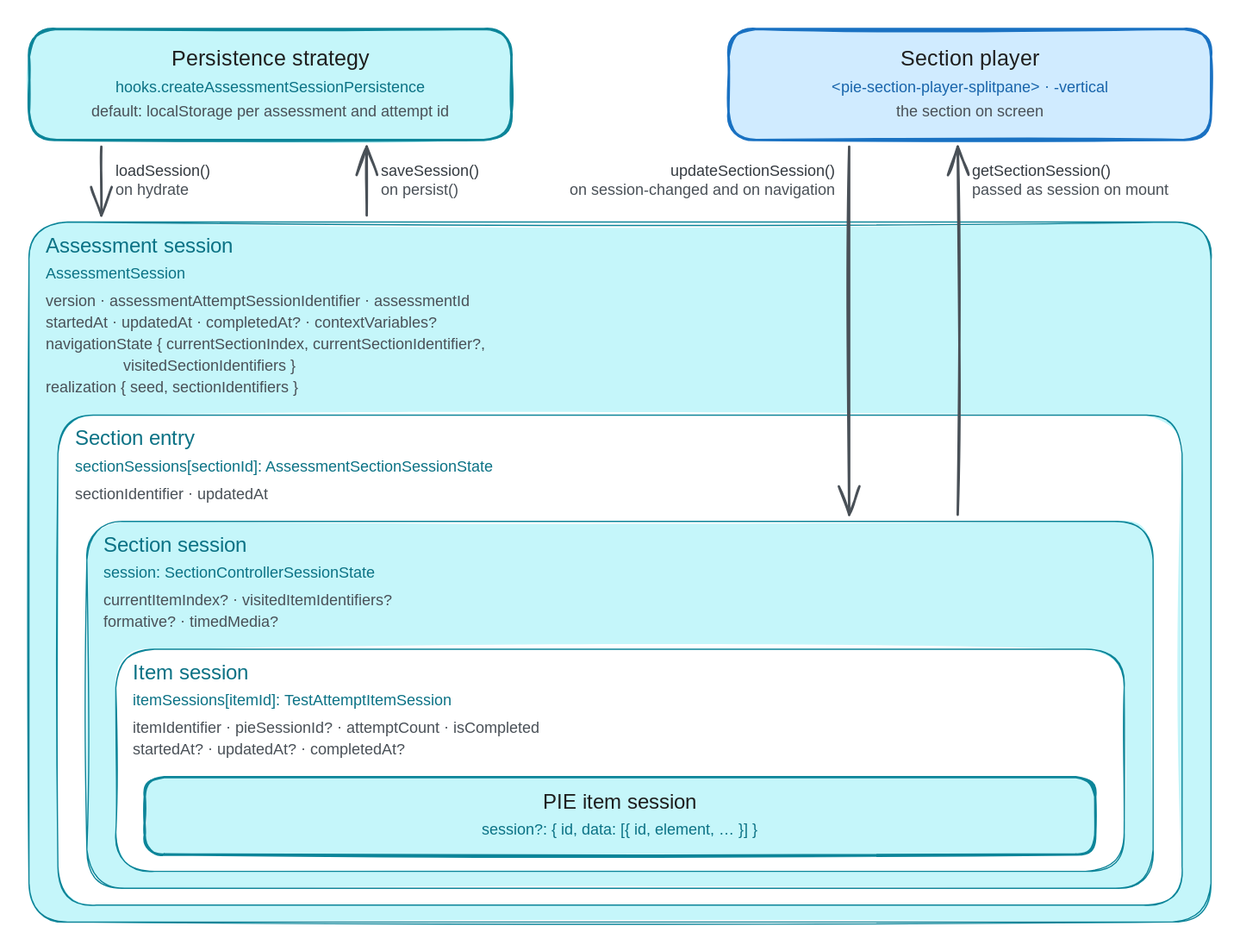
Before: docs/img/assessment-session.excalidraw.svg, a diagram exported from Excalidraw (pie-framework/pie-players). Source tidied: one line per element, renumbered; positions are measured from the earlier drawing's top-left corner, leaving out a move shared by most shapes. The source it was exported from:
```json
{"id": 0, "type": "rectangle", "strokeColor": "#0c8599", "backgroundColor": "#c5f6fa", "fillStyle": "solid", "strokeWidth": 1, "roughness": 1, "round": true, "x": 0, "y": 160, "width": 980, "height": 580}
{"id": 1, "type": "text", "text": "Assessment session", "strokeColor": "#0b7285", "strokeWidth": 2, "roughness": 1, "fontSize": 17, "fontFamily": 5, "x": 14, "y": 170, "width": 163, "height": 21}
{"id": 2, "type": "text", "text": "AssessmentSession", "strokeColor": "#0b7285", "strokeWidth": 2, "roughness": 1, "fontSize": 13, "fontFamily": 8, "x": 14, "y": 195, "width": 122, "height": 16}
{"id": 3, "type": "text", "text": "version · assessmentAttemptSessionIdentifier · assessmentId", "strokeColor": "#495057", "strokeWidth": 2, "roughness": 1, "fontSize": 13, "fontFamily": 8, "x": 14, "y": 218, "width": 414, "height": 16}
{"id": 4, "type": "text", "text": "startedAt · updatedAt · completedAt? · contextVariables?", "strokeColor": "#495057", "strokeWidth": 2, "roughness": 1, "fontSize": 13, "fontFamily": 8, "x": 14, "y": 236, "width": 389, "height": 16}
{"id": 5, "type": "text", "text": "navigationState { currentSectionIndex, currentSectionIdentifier?,", "strokeColor": "#495057", "strokeWidth": 2, "roughness": 1, "fontSize": 13, "fontFamily": 8, "x": 14, "y": 254, "width": 465, "height": 16}
{"id": 6, "type": "text", "text": "                  visitedSectionIdentifiers }", "strokeColor": "#495057", "strokeWidth": 2, "roughness": 1, "fontSize": 13, "fontFamily": 8, "x": 14, "y": 272, "width": 322, "height": 16}
{"id": 7, "type": "text", "text": "realization { seed, sectionIdentifiers }", "strokeColor": "#495057", "strokeWidth": 2, "roughness": 1, "fontSize": 13, "fontFamily": 8, "x": 14, "y": 290, "width": 286, "height": 16}
{"id": 8, "type": "rectangle", "strokeColor": "#0c8599", "backgroundColor": "#ffffff", "fillStyle": "solid", "strokeWidth": 1, "roughness": 1, "round": true, "x": 24, "y": 320, "width": 932, "height": 406}
{"id": 9, "type": "text", "text": "Section entry", "strokeColor": "#0b7285", "strokeWidth": 2, "roughness": 1, "fontSize": 17, "fontFamily": 5, "x": 38, "y": 330, "width": 111, "height": 21}
{"id": 10, "type": "text", "text": "sectionSessions[sectionId]: AssessmentSectionSessionState", "strokeColor": "#0b7285", "strokeWidth": 2, "roughness": 1, "fontSize": 13, "fontFamily": 8, "x": 38, "y": 355, "width": 408, "height": 16}
{"id": 11, "type": "text", "text": "sectionIdentifier · updatedAt", "strokeColor": "#495057", "strokeWidth": 2, "roughness": 1, "fontSize": 13, "fontFamily": 8, "x": 38, "y": 378, "width": 203, "height": 16}
{"id": 12, "type": "rectangle", "strokeColor": "#0c8599", "backgroundColor": "#c5f6fa", "fillStyle": "solid", "strokeWidth": 1, "roughness": 1, "round": true, "x": 48, "y": 408, "width": 884, "height": 304}
{"id": 13, "type": "text", "text": "Section session", "strokeColor": "#0b7285", "strokeWidth": 2, "roughness": 1, "fontSize": 17, "fontFamily": 5, "x": 62, "y": 418, "width": 128, "height": 21}
{"id": 14, "type": "text", "text": "session: SectionControllerSessionState", "strokeColor": "#0b7285", "strokeWidth": 2, "roughness": 1, "fontSize": 13, "fontFamily": 8, "x": 62, "y": 443, "width": 272, "height": 16}
{"id": 15, "type": "text", "text": "currentItemIndex? · visitedItemIdentifiers?", "strokeColor": "#495057", "strokeWidth": 2, "roughness": 1, "fontSize": 13, "fontFamily": 8, "x": 62, "y": 466, "width": 304, "height": 16}
{"id": 16, "type": "text", "text": "formative? · timedMedia?", "strokeColor": "#495057", "strokeWidth": 2, "roughness": 1, "fontSize": 13, "fontFamily": 8, "x": 62, "y": 484, "width": 168, "height": 16}
{"id": 17, "type": "rectangle", "strokeColor": "#0c8599", "backgroundColor": "#ffffff", "fillStyle": "solid", "strokeWidth": 1, "roughness": 1, "round": true, "x": 72, "y": 514, "width": 836, "height": 184}
{"id": 18, "type": "text", "text": "Item session", "strokeColor": "#0b7285", "strokeWidth": 2, "roughness": 1, "fontSize": 17, "fontFamily": 5, "x": 86, "y": 524, "width": 106, "height": 21}
{"id": 19, "type": "text", "text": "itemSessions[itemId]: TestAttemptItemSession", "strokeColor": "#0b7285", "strokeWidth": 2, "roughness": 1, "fontSize": 13, "fontFamily": 8, "x": 86, "y": 549, "width": 315, "height": 16}
{"id": 20, "type": "text", "text": "itemIdentifier · pieSessionId? · attemptCount · isCompleted", "strokeColor": "#495057", "strokeWidth": 2, "roughness": 1, "fontSize": 13, "fontFamily": 8, "x": 86, "y": 572, "width": 410, "height": 16}
{"id": 21, "type": "text", "text": "startedAt? · updatedAt? · completedAt?", "strokeColor": "#495057", "strokeWidth": 2, "roughness": 1, "fontSize": 13, "fontFamily": 8, "x": 86, "y": 590, "width": 264, "height": 16}
{"id": 22, "type": "rectangle", "strokeColor": "#0c8599", "backgroundColor": "#c5f6fa", "fillStyle": "solid", "strokeWidth": 2, "roughness": 1, "round": true, "x": 0, "y": 0, "width": 400, "height": 92}
{"id": 23, "type": "text", "text": "Persistence strategy", "strokeColor": "#1e1e1e", "strokeWidth": 2, "roughness": 1, "fontSize": 18, "fontFamily": 5, "textAlign": "center", "x": 108, "y": 14, "width": 184, "height": 22}
{"id": 24, "type": "text", "text": "hooks.createAssessmentSessionPersistence", "strokeColor": "#0b7285", "strokeWidth": 2, "roughness": 1, "fontSize": 13, "fontFamily": 8, "textAlign": "center", "x": 57, "y": 41, "width": 286, "height": 16}
{"id": 25, "type": "text", "text": "default: localStorage per assessment and attempt id", "strokeColor": "#495057", "strokeWidth": 2, "roughness": 1, "fontSize": 13, "fontFamily": 5, "textAlign": "center", "x": 33, "y": 61, "width": 334, "height": 16}
{"id": 26, "type": "rectangle", "strokeColor": "#1971c2", "backgroundColor": "#d0ebff", "fillStyle": "solid", "strokeWidth": 2, "roughness": 1, "round": true, "x": 580, "y": 0, "width": 400, "height": 92}
{"id": 27, "type": "text", "text": "Section player", "strokeColor": "#1e1e1e", "strokeWidth": 2, "roughness": 1, "fontSize": 18, "fontFamily": 5, "textAlign": "center", "x": 719, "y": 14, "width": 122, "height": 22}
{"id": 28, "type": "text", "text": "<pie-section-player-splitpane> · -vertical", "strokeColor": "#1864ab", "strokeWidth": 2, "roughness": 1, "fontSize": 13, "fontFamily": 8, "textAlign": "center", "x": 632, "y": 41, "width": 296, "height": 16}
{"id": 29, "type": "text", "text": "the section on screen", "strokeColor": "#495057", "strokeWidth": 2, "roughness": 1, "fontSize": 13, "fontFamily": 5, "textAlign": "center", "x": 712, "y": 61, "width": 137, "height": 16}
{"id": 30, "type": "rectangle", "strokeColor": "#0c8599", "backgroundColor": "#c5f6fa", "fillStyle": "solid", "strokeWidth": 2, "roughness": 1, "round": true, "x": 96, "y": 620, "width": 788, "height": 64}
{"id": 31, "type": "text", "text": "PIE item session", "strokeColor": "#1e1e1e", "strokeWidth": 2, "roughness": 1, "fontSize": 17, "fontFamily": 5, "textAlign": "center", "x": 420, "y": 631, "width": 141, "height": 21}
{"id": 32, "type": "text", "text": "session?: { id, data: [{ id, element, … }] }", "strokeColor": "#0b7285", "strokeWidth": 2, "roughness": 1, "fontSize": 13, "fontFamily": 8, "textAlign": "center", "x": 333, "y": 656, "width": 315, "height": 16}
{"id": 33, "type": "arrow", "strokeColor": "#495057", "strokeWidth": 2, "roughness": 1, "endArrowhead": "arrow", "from": 22, "to": 0, "x": 60, "y": 98, "width": 0, "height": 57, "points": [[0, 0], [0, 57]]}
{"id": 34, "type": "text", "text": "loadSession()", "strokeColor": "#343a40", "strokeWidth": 2, "roughness": 1, "fontSize": 13, "fontFamily": 8, "x": 72, "y": 110, "width": 93, "height": 16}
{"id": 35, "type": "text", "text": "on hydrate", "strokeColor": "#495057", "strokeWidth": 2, "roughness": 1, "fontSize": 13, "fontFamily": 5, "x": 72, "y": 126, "width": 68, "height": 16}
{"id": 36, "type": "arrow", "strokeColor": "#495057", "strokeWidth": 2, "roughness": 1, "endArrowhead": "arrow", "from": 0, "to": 22, "x": 280, "y": 154, "width": 0, "height": 57, "points": [[0, 0], [0, -57]]}
{"id": 37, "type": "text", "text": "saveSession()", "strokeColor": "#343a40", "strokeWidth": 2, "roughness": 1, "fontSize": 13, "fontFamily": 8, "x": 292, "y": 110, "width": 93, "height": 16}
{"id": 38, "type": "text", "text": "on persist()", "strokeColor": "#495057", "strokeWidth": 2, "roughness": 1, "fontSize": 13, "fontFamily": 5, "x": 292, "y": 126, "width": 75, "height": 16}
{"id": 39, "type": "arrow", "strokeColor": "#495057", "strokeWidth": 2, "roughness": 1, "endArrowhead": "arrow", "from": 26, "to": 12, "x": 680, "y": 98, "width": 0, "height": 305, "points": [[0, 0], [0, 305]]}
{"id": 40, "type": "text", "text": "updateSectionSession()", "strokeColor": "#343a40", "strokeWidth": 2, "roughness": 1, "fontSize": 13, "fontFamily": 8, "textAlign": "right", "x": 511, "y": 110, "width": 157, "height": 16}
{"id": 41, "type": "text", "text": "on session-changed and on navigation", "strokeColor": "#495057", "strokeWidth": 2, "roughness": 1, "fontSize": 13, "fontFamily": 5, "textAlign": "right", "x": 430, "y": 126, "width": 238, "height": 16}
{"id": 42, "type": "arrow", "strokeColor": "#495057", "strokeWidth": 2, "roughness": 1, "endArrowhead": "arrow", "from": 12, "to": 26, "x": 770, "y": 402, "width": 0, "height": 305, "points": [[0, 0], [0, -305]]}
{"id": 43, "type": "text", "text": "getSectionSession()", "strokeColor": "#343a40", "strokeWidth": 2, "roughness": 1, "fontSize": 13, "fontFamily": 8, "x": 782, "y": 110, "width": 136, "height": 16}
{"id": 44, "type": "text", "text": "passed as session on mount", "strokeColor": "#495057", "strokeWidth": 2, "roughness": 1, "fontSize": 13, "fontFamily": 5, "x": 782, "y": 126, "width": 177, "height": 16}
```
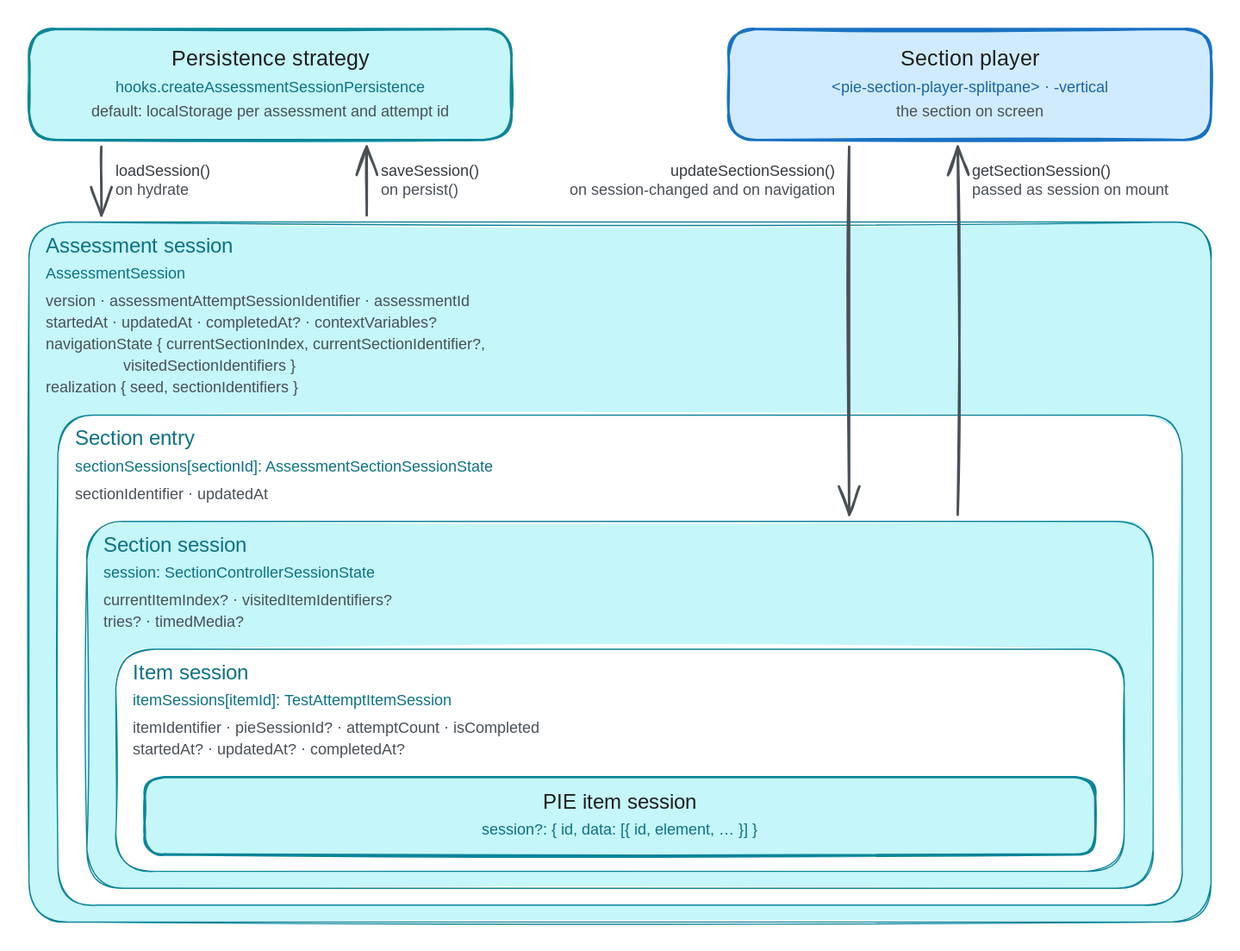
Above is the later version.

Change to the diagram source:
```diff
@@ -14,7 +14,7 @@
 {"id": 13, "type": "text", "text": "Section session", "strokeColor": "#0b7285", "strokeWidth": 2, "roughness": 1, "fontSize": 17, "fontFamily": 5, "x": 62, "y": 418, "width": 128, "height": 21}
 {"id": 14, "type": "text", "text": "session: SectionControllerSessionState", "strokeColor": "#0b7285", "strokeWidth": 2, "roughness": 1, "fontSize": 13, "fontFamily": 8, "x": 62, "y": 443, "width": 272, "height": 16}
 {"id": 15, "type": "text", "text": "currentItemIndex? · visitedItemIdentifiers?", "strokeColor": "#495057", "strokeWidth": 2, "roughness": 1, "fontSize": 13, "fontFamily": 8, "x": 62, "y": 466, "width": 304, "height": 16}
-{"id": 16, "type": "text", "text": "formative? · timedMedia?", "strokeColor": "#495057", "strokeWidth": 2, "roughness": 1, "fontSize": 13, "fontFamily": 8, "x": 62, "y": 484, "width": 168, "height": 16}
+{"id": 16, "type": "text", "text": "tries? · timedMedia?", "strokeColor": "#495057", "strokeWidth": 2, "roughness": 1, "fontSize": 13, "fontFamily": 8, "x": 62, "y": 484, "width": 168, "height": 16}
 {"id": 17, "type": "rectangle", "strokeColor": "#0c8599", "backgroundColor": "#ffffff", "fillStyle": "solid", "strokeWidth": 1, "roughness": 1, "round": true, "x": 72, "y": 514, "width": 836, "height": 184}
 {"id": 18, "type": "text", "text": "Item session", "strokeColor": "#0b7285", "strokeWidth": 2, "roughness": 1, "fontSize": 17, "fontFamily": 5, "x": 86, "y": 524, "width": 106, "height": 21}
 {"id": 19, "type": "text", "text": "itemSessions[itemId]: TestAttemptItemSession", "strokeColor": "#0b7285", "strokeWidth": 2, "roughness": 1, "fontSize": 13, "fontFamily": 8, "x": 86, "y": 549, "width": 315, "height": 16}
```
